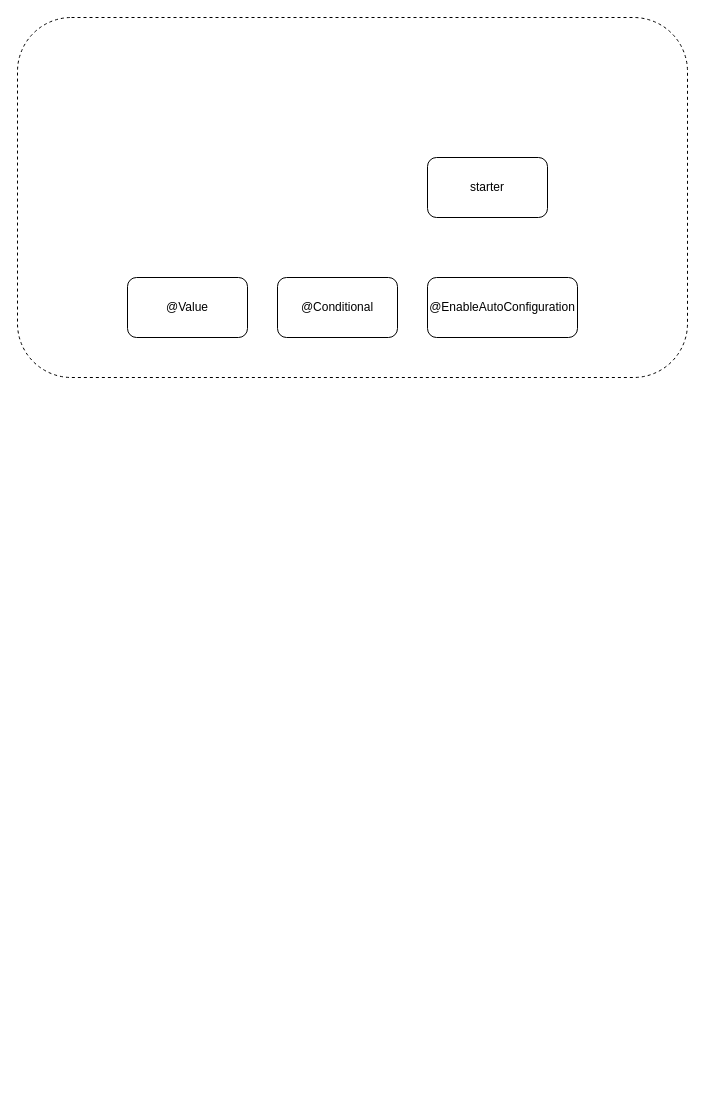
Above: menus/Spring.drawio in Asamiyaa/microservice-k8s-yun (draw.io), before the change. Source tidied: cells renumbered, new cells numbered last; positions are measured from the earlier drawing's top-left corner, leaving out a move shared by most shapes. Both pictures are drawn from the tidied source at 100%, with x=0, y=0 at pixel (17, 17).
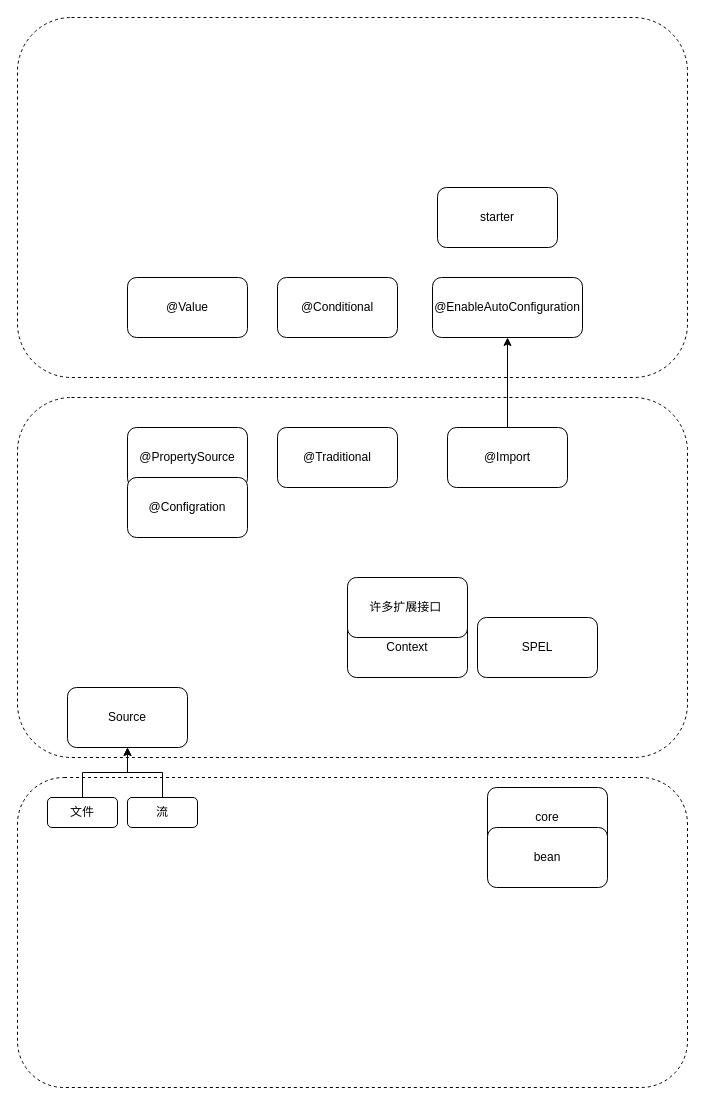
After the change.

What changed in the source:
```diff
@@
     <mxCell id="5" value="@EnableAutoConfiguration" style="rounded=1;whiteSpace=wrap;html=1;" parent="1" vertex="1">
-      <mxGeometry x="410" y="260" width="150" height="60" as="geometry" />
+      <mxGeometry x="415" y="260" width="150" height="60" as="geometry" />
     </mxCell>
     <mxCell id="6" value="starter" style="rounded=1;whiteSpace=wrap;html=1;" parent="1" vertex="1">
-      <mxGeometry x="410" y="140" width="120" height="60" as="geometry" />
+      <mxGeometry x="420" y="170" width="120" height="60" as="geometry" />
     </mxCell>
+    <mxCell id="7" style="rounded=1;whiteSpace=wrap;html=1;dashed=1;" parent="1" vertex="1">
+      <mxGeometry y="380" width="670" height="360" as="geometry" />
+    </mxCell>
+    <mxCell id="8" style="edgeStyle=orthogonalEdgeStyle;rounded=0;jettySize=auto;html=1;exitX=0.5;exitY=0;exitDx=0;exitDy=0;" parent="1" edge="1" source="9" target="5">
+      <mxGeometry relative="1" as="geometry" />
+    </mxCell>
+    <mxCell id="9" value="@Import" style="rounded=1;whiteSpace=wrap;html=1;" parent="1" vertex="1">
+      <mxGeometry x="430" y="410" width="120" height="60" as="geometry" />
+    </mxCell>
+    <mxCell id="10" value="@Traditional" style="rounded=1;whiteSpace=wrap;html=1;" parent="1" vertex="1">
+      <mxGeometry x="260" y="410" width="120" height="60" as="geometry" />
+    </mxCell>
+    <mxCell id="11" value="@PropertySource" style="rounded=1;whiteSpace=wrap;html=1;" parent="1" vertex="1">
+      <mxGeometry x="110" y="410" width="120" height="60" as="geometry" />
+    </mxCell>
+    <mxCell id="12" value="@Configration" style="rounded=1;whiteSpace=wrap;html=1;" parent="1" vertex="1">
+      <mxGeometry x="110" y="460" width="120" height="60" as="geometry" />
+    </mxCell>
+    <mxCell id="13" value="Source" style="rounded=1;whiteSpace=wrap;html=1;" parent="1" vertex="1">
+      <mxGeometry x="50" y="670" width="120" height="60" as="geometry" />
+    </mxCell>
+    <mxCell id="14" style="rounded=1;whiteSpace=wrap;html=1;dashed=1;" parent="1" vertex="1">
+      <mxGeometry y="760" width="670" height="310" as="geometry" />
+    </mxCell>
+    <mxCell id="15" style="edgeStyle=orthogonalEdgeStyle;rounded=0;jettySize=auto;html=1;exitX=0.5;exitY=0;exitDx=0;exitDy=0;entryX=0.5;entryY=1;entryDx=0;entryDy=0;" parent="1" edge="1" source="16" target="13">
+      <mxGeometry relative="1" as="geometry" />
+    </mxCell>
+    <mxCell id="16" value="文件" style="rounded=1;whiteSpace=wrap;html=1;" parent="1" vertex="1">
+      <mxGeometry x="30" y="780" width="70" height="30" as="geometry" />
+    </mxCell>
+    <mxCell id="17" style="edgeStyle=orthogonalEdgeStyle;rounded=0;jettySize=auto;html=1;exitX=0.5;exitY=0;exitDx=0;exitDy=0;entryX=0.5;entryY=1;entryDx=0;entryDy=0;" parent="1" edge="1" source="18" target="13">
+      <mxGeometry relative="1" as="geometry" />
+    </mxCell>
+    <mxCell id="18" value="流" style="rounded=1;whiteSpace=wrap;html=1;" parent="1" vertex="1">
+      <mxGeometry x="110" y="780" width="70" height="30" as="geometry" />
+    </mxCell>
+    <mxCell id="19" value="SPEL" style="rounded=1;whiteSpace=wrap;html=1;" parent="1" vertex="1">
+      <mxGeometry x="460" y="600" width="120" height="60" as="geometry" />
+    </mxCell>
+    <mxCell id="20" value="Context" style="rounded=1;whiteSpace=wrap;html=1;" parent="1" vertex="1">
+      <mxGeometry x="330" y="600" width="120" height="60" as="geometry" />
+    </mxCell>
+    <mxCell id="21" value="许多扩展接口&amp;nbsp;" style="rounded=1;whiteSpace=wrap;html=1;" parent="1" vertex="1">
+      <mxGeometry x="330" y="560" width="120" height="60" as="geometry" />
+    </mxCell>
+    <mxCell id="22" value="core" style="rounded=1;whiteSpace=wrap;html=1;" parent="1" vertex="1">
+      <mxGeometry x="470" y="770" width="120" height="60" as="geometry" />
+    </mxCell>
+    <mxCell id="23" value="bean" style="rounded=1;whiteSpace=wrap;html=1;" parent="1" vertex="1">
+      <mxGeometry x="470" y="810" width="120" height="60" as="geometry" />
+    </mxCell>
```
